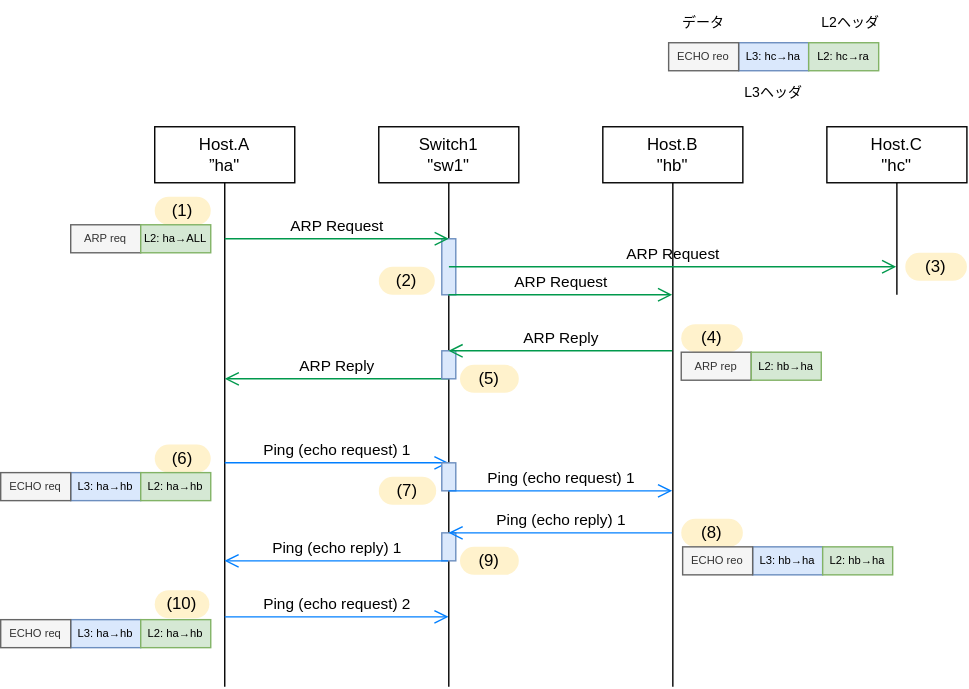
Before: exercise_docs/tutorial2/sequence.drawio.svg, a diagram exported from draw.io (infra-handson/network-training). Source tidied: cells renumbered, new cells last; positions are measured from the earlier drawing's top-left corner, leaving out a move shared by most shapes.
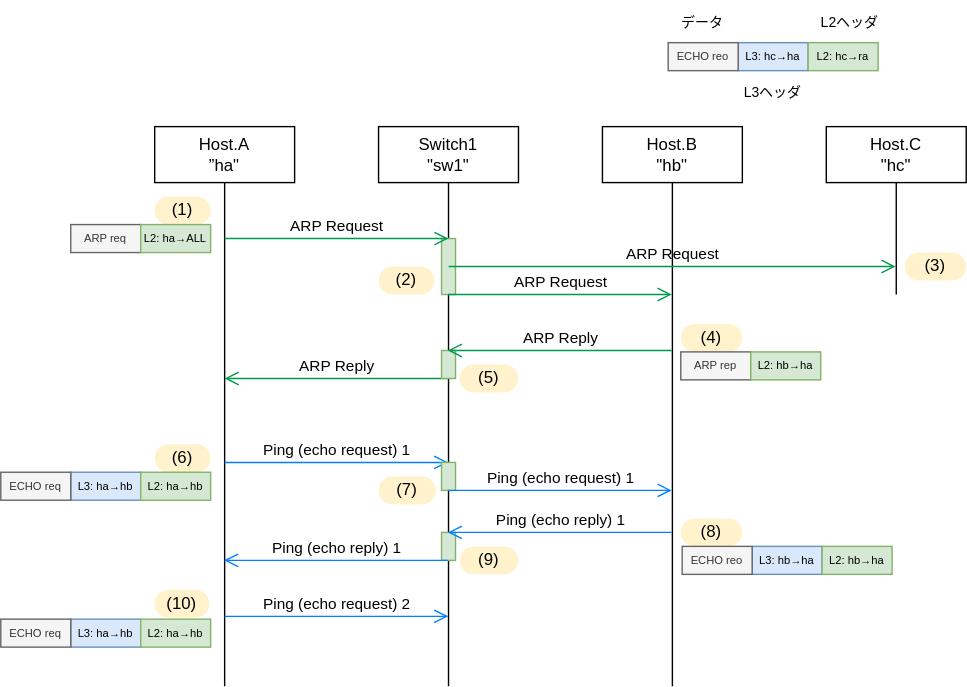
Later version of the same file.

Commit message:
Fix tutorial2, sequence diagram

The edit, as a diff of the source:
```diff
@@ -50,16 +50,16 @@
     <mxCell id="11" value="(2)" style="rounded=1;whiteSpace=wrap;html=1;arcSize=50;fillColor=#fff2cc;strokeColor=none;" parent="8" vertex="1">
       <mxGeometry y="100" width="40" height="20" as="geometry" />
     </mxCell>
-    <mxCell id="12" style="html=1;perimeter=orthogonalPerimeter;fillColor=#dae8fc;strokeColor=#6c8ebf;" parent="8" vertex="1">
+    <mxCell id="12" style="html=1;perimeter=orthogonalPerimeter;fillColor=#d5e8d4;strokeColor=#82b366;" parent="8" vertex="1">
       <mxGeometry x="45" y="80" width="10" height="40" as="geometry" />
     </mxCell>
-    <mxCell id="13" style="html=1;perimeter=orthogonalPerimeter;fillColor=#dae8fc;strokeColor=#6c8ebf;" parent="8" vertex="1">
+    <mxCell id="13" style="html=1;perimeter=orthogonalPerimeter;fillColor=#d5e8d4;strokeColor=#82b366;" parent="8" vertex="1">
       <mxGeometry x="45" y="160" width="10" height="20" as="geometry" />
     </mxCell>
-    <mxCell id="14" style="html=1;perimeter=orthogonalPerimeter;fillColor=#dae8fc;strokeColor=#6c8ebf;" parent="8" vertex="1">
+    <mxCell id="14" style="html=1;perimeter=orthogonalPerimeter;fillColor=#d5e8d4;strokeColor=#82b366;" parent="8" vertex="1">
       <mxGeometry x="45" y="240" width="10" height="20" as="geometry" />
     </mxCell>
-    <mxCell id="15" style="html=1;perimeter=orthogonalPerimeter;fillColor=#dae8fc;strokeColor=#6c8ebf;" parent="8" vertex="1">
+    <mxCell id="15" style="html=1;perimeter=orthogonalPerimeter;fillColor=#d5e8d4;strokeColor=#82b366;" parent="8" vertex="1">
       <mxGeometry x="45" y="290" width="10" height="20" as="geometry" />
     </mxCell>
     <mxCell id="16" value="ARP Request" style="endArrow=open;startArrow=none;endFill=0;startFill=0;endSize=8;html=1;verticalAlign=bottom;labelBackgroundColor=none;strokeWidth=1;strokeColor=#00994D;" parent="8" edge="1">
```
